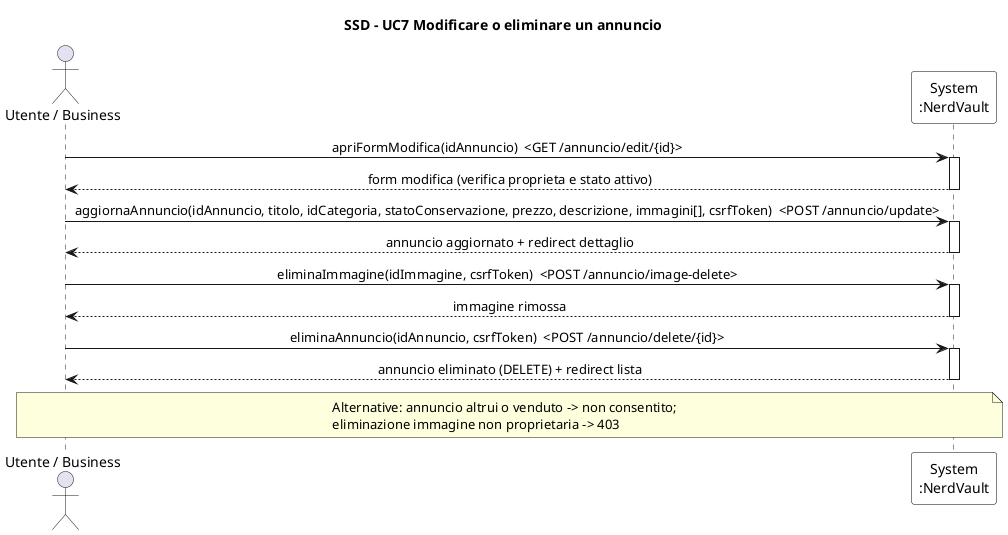
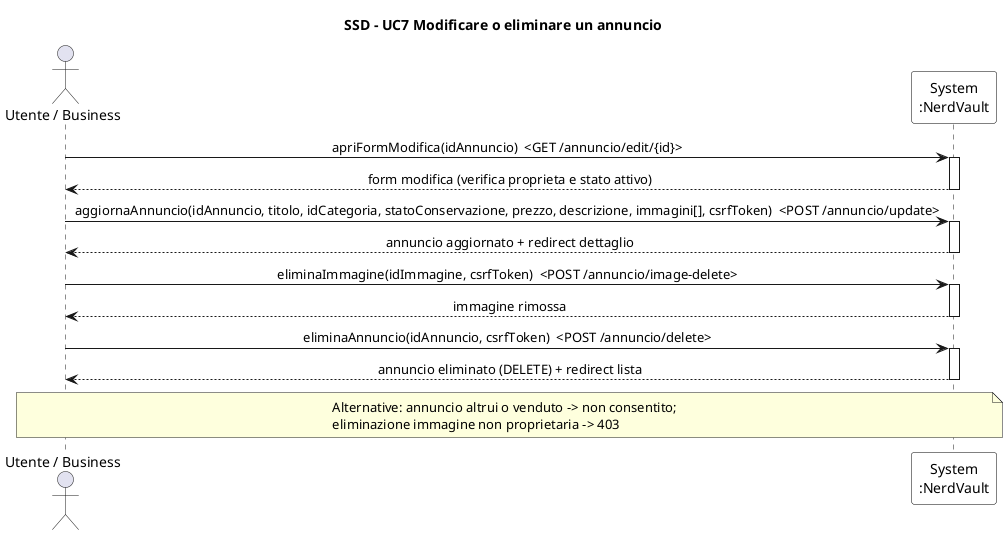
@startuml SSD_UC7_ModificaEliminaAnnuncio
' System Sequence Diagram - UC7 Modificare o eliminare un annuncio
title SSD - UC7 Modificare o eliminare un annuncio

skinparam sequenceMessageAlign center
skinparam participant {
  BorderColor black
  BackgroundColor white
}

actor "Utente / Business" as U
participant "System\n:NerdVault" as S

U -> S : apriFormModifica(idAnnuncio)  <GET /annuncio/edit/{id}>
activate S
S --> U : form modifica (verifica proprieta e stato attivo)
deactivate S

U -> S : aggiornaAnnuncio(idAnnuncio, titolo, idCategoria, statoConservazione, prezzo, descrizione, immagini[], csrfToken)  <POST /annuncio/update>
activate S
S --> U : annuncio aggiornato + redirect dettaglio
deactivate S

U -> S : eliminaImmagine(idImmagine, csrfToken)  <POST /annuncio/image-delete>
activate S
S --> U : immagine rimossa
deactivate S

- U -> S : eliminaAnnuncio(idAnnuncio, csrfToken)  <POST /annuncio/delete/{id}>
+ U -> S : eliminaAnnuncio(idAnnuncio, csrfToken)  <POST /annuncio/delete>
activate S
S --> U : annuncio eliminato (DELETE) + redirect lista
deactivate S

note over U, S
  Alternative: annuncio altrui o venduto -> non consentito;
  eliminazione immagine non proprietaria -> 403
end note
@enduml
